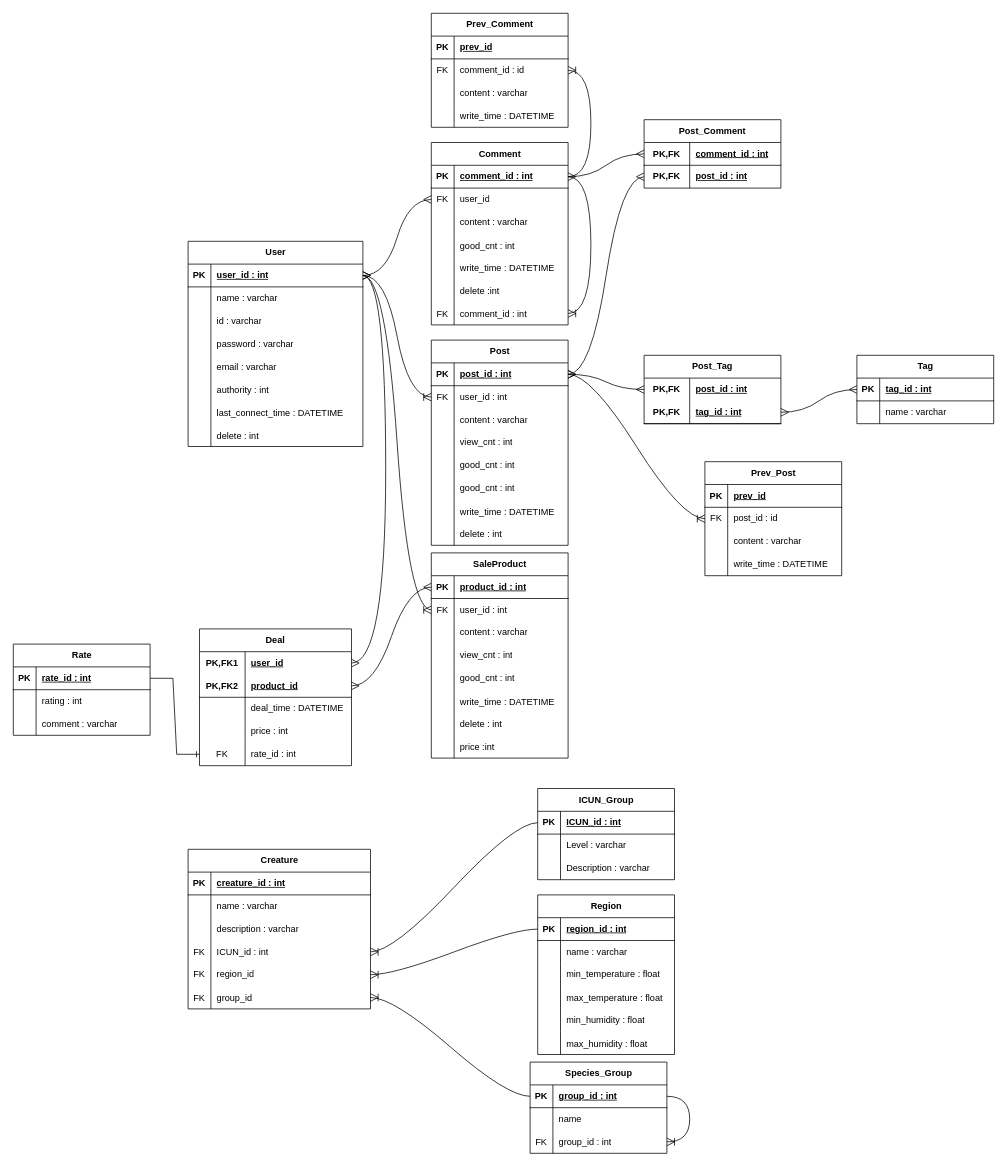
This is Database/REPTILE_ERD.drawio from ReptileProject/reptile-document, a draw.io file, before an edit. Source tidied: cells renumbered, new cells numbered last; positions are measured from the earlier drawing's top-left corner, leaving out a move shared by most shapes. Both pictures are drawn from the tidied source at 76%, with x=0, y=0 at pixel (13, 13).
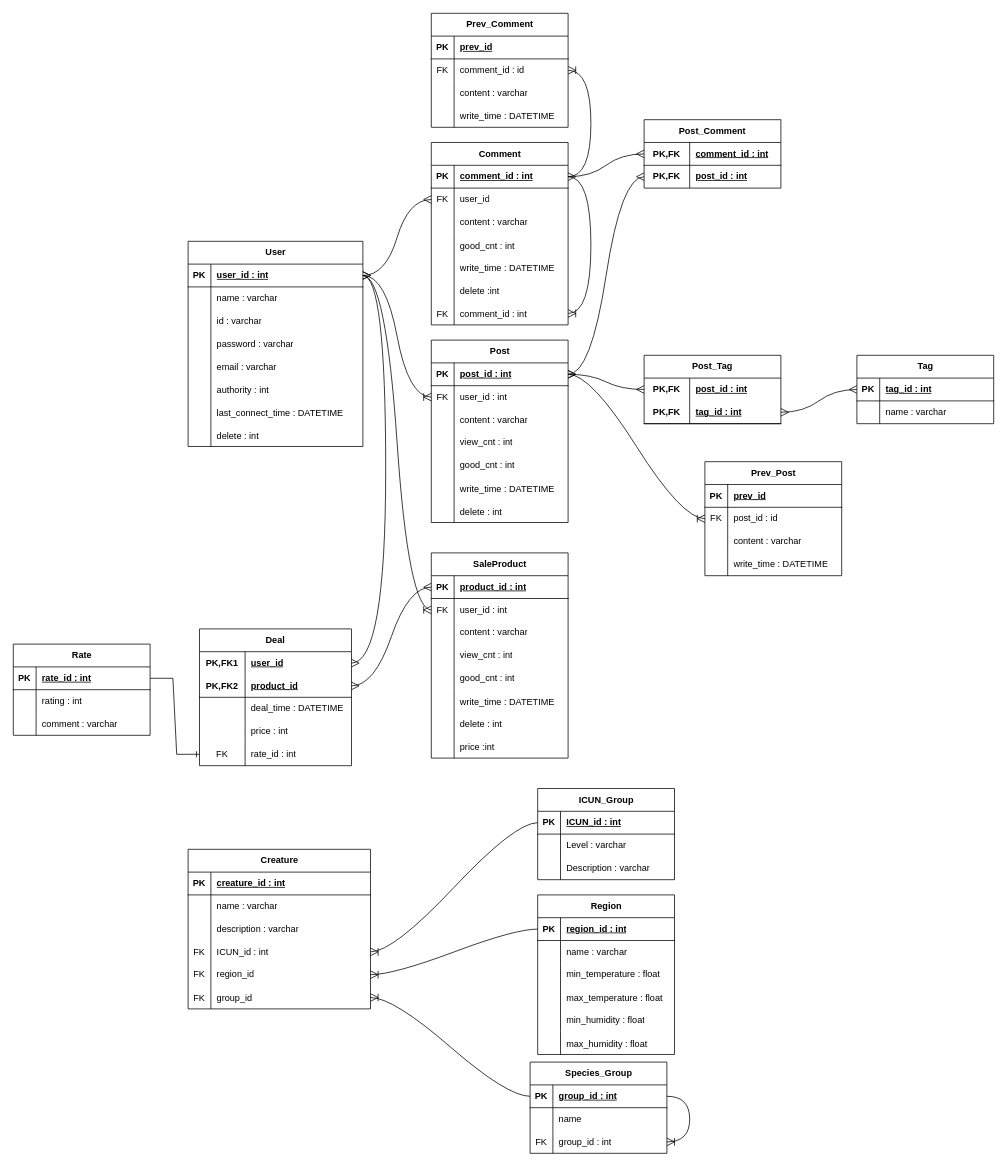
The same diagram, later.

Commit message (it also covers changes not shown here):
REP-28 feature/post_schema

What changed in the source:
```diff
@@
     <mxCell id="67" value="Post" style="shape=table;startSize=30;childLayout=tableLayout;rowLines=0;fontStyle=1;align=center;html=1;" parent="1" vertex="1">
-      <mxGeometry x="550" y="430" width="180" height="270" as="geometry" />
+      <mxGeometry x="550" y="430" width="180" height="240" as="geometry" />
     </mxCell>
@@
-    <mxCell id="83" style="shape=tableRow;horizontal=0;startSize=0;swimlaneHead=0;swimlaneBody=0;fillColor=none;top=0;left=0;right=0;bottom=0;" parent="67" vertex="1">
-      <mxGeometry y="180" width="180" height="30" as="geometry" />
-    </mxCell>
-    <mxCell id="84" style="shape=partialRectangle;fillColor=none;top=0;left=0;bottom=0;right=0;overflow=hidden;whiteSpace=wrap;html=1;" parent="83" vertex="1">
-      <mxGeometry width="30" height="30" as="geometry" />
-    </mxCell>
-    <mxCell id="85" value="good_cnt : int" style="shape=partialRectangle;fillColor=none;top=0;left=0;bottom=0;right=0;align=left;spacingLeft=6;overflow=hidden;whiteSpace=wrap;html=1;" parent="83" vertex="1">
-      <mxGeometry x="30" width="150" height="30" as="geometry" />
-    </mxCell>
     <mxCell id="86" style="shape=tableRow;horizontal=0;startSize=0;swimlaneHead=0;swimlaneBody=0;fillColor=none;top=0;left=0;right=0;bottom=0;" parent="67" vertex="1">
-      <mxGeometry y="210" width="180" height="30" as="geometry" />
+      <mxGeometry y="180" width="180" height="30" as="geometry" />
     </mxCell>
@@
     <mxCell id="89" style="shape=tableRow;horizontal=0;startSize=0;swimlaneHead=0;swimlaneBody=0;fillColor=none;top=0;left=0;right=0;bottom=0;" parent="67" vertex="1">
-      <mxGeometry y="240" width="180" height="30" as="geometry" />
+      <mxGeometry y="210" width="180" height="30" as="geometry" />
     </mxCell>
```
